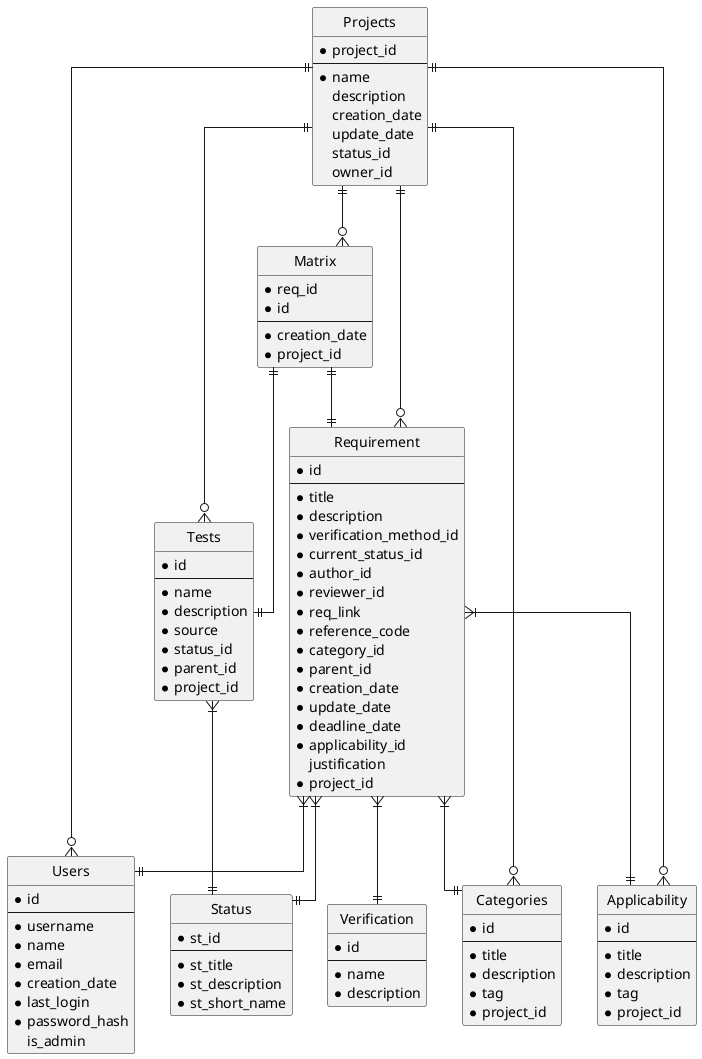
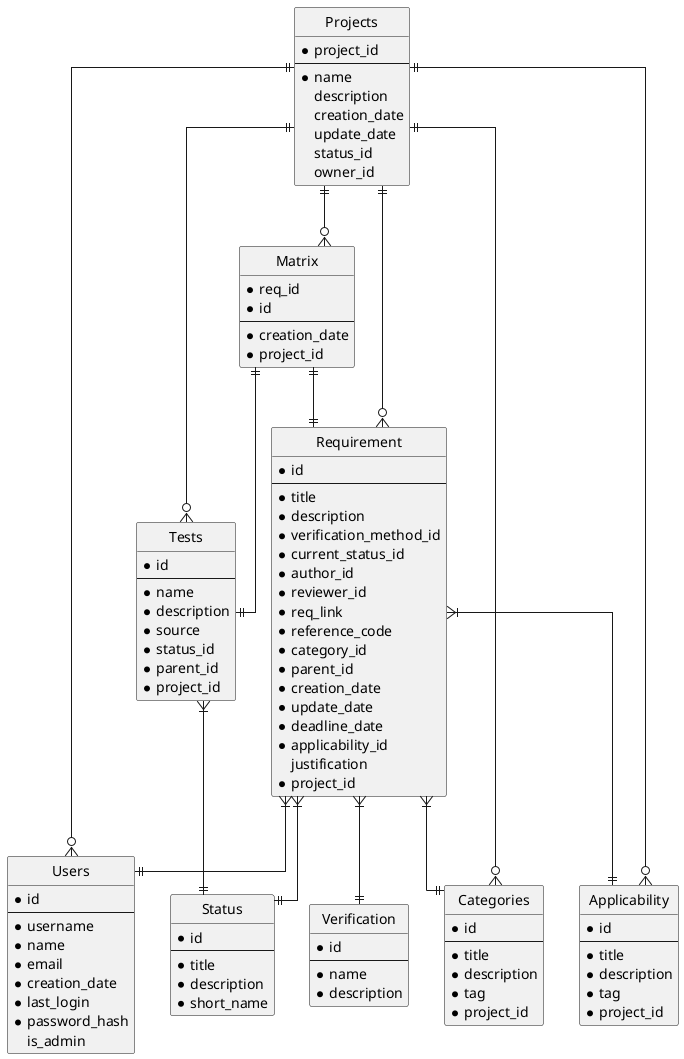
@startuml ER diagram

hide circle
skinparam linetype ortho

entity "Projects" as proj {
* project_id
---
* name
description
creation_date
update_date
status_id
owner_id
}

entity "Requirement" as req {
* id
---
* title
* description
* verification_method_id
* current_status_id
* author_id
* reviewer_id
* req_link
* reference_code
* category_id
* parent_id
* creation_date
* update_date
* deadline_date
* applicability_id
justification
* project_id
}

entity "Users" as user {
* id
---
* username
* name
* email
* creation_date
* last_login
* password_hash
is_admin
}

entity "Status" as st {
- * st_id
+ * id
---
- * st_title
- * st_description
- * st_short_name
+ * title
+ * description
+ * short_name
}

entity "Categories" as cat {
* id
---
* title
* description
* tag
* project_id
}

entity "Applicability" as app {
* id
---
* title
* description
* tag
* project_id
}

entity "Tests" as test {
* id
---
* name
* description
* source
* status_id
* parent_id
* project_id
}

entity "Matrix" as matrix {
* req_id
* id
---
* creation_date
* project_id
}

entity "Verification" as verification {
* id
---
* name
* description
}

proj ||--o{ req
proj ||--o{ user
proj ||--o{ cat
proj ||--o{ app
proj ||--o{ test
proj ||--o{ matrix

req  }|--|| st
req  }|--|| cat
req  }|--|| user
req  }|--|| verification
req  }|--|| app
test   }|--|| st
matrix ||--|| req
matrix ||--|| test

@enduml
